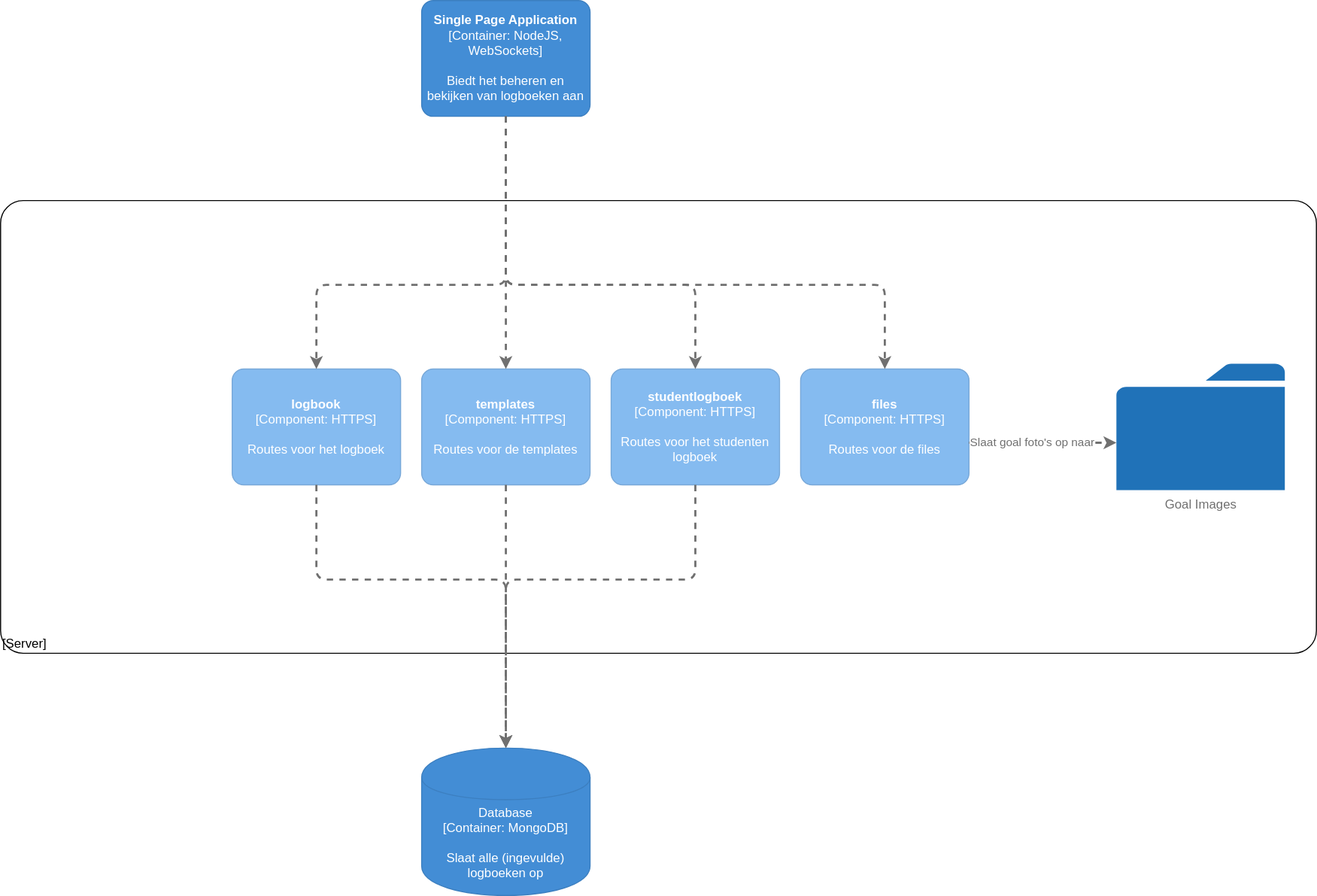
The draw.io diagram docs/software-guidebook/c4-model/components-server.svg in Rowan-Paul/HANAIM-DWA-Rekenlogboek, before a commit. Source tidied: cells renumbered, new cells last; positions are measured from the earlier drawing's top-left corner, leaving out a move shared by most shapes.
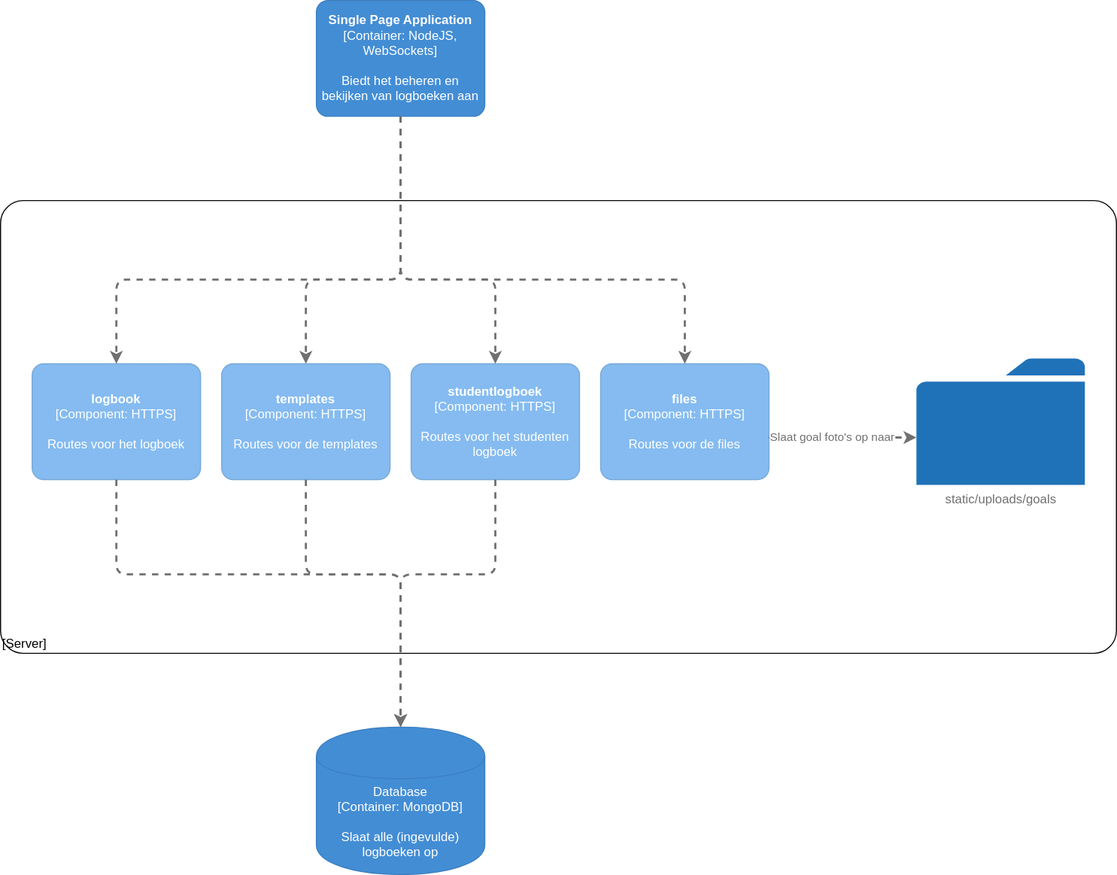
Above is the later version.

The edit, as a diff of the source:
```diff
@@ -4,12 +4,12 @@
     <mxCell id="1" parent="0" />
     <object id="2" label="&lt;div style=&quot;text-align: left&quot;&gt;%c4Name%&lt;/div&gt;&lt;div style=&quot;text-align: left&quot;&gt;[%c4Application%]&lt;/div&gt;" c4Application="Server" c4Name="" c4Type="ExecutionEnvironment" placeholders="1">
       <mxCell style="rounded=1;whiteSpace=wrap;html=1;labelBackgroundColor=none;fillColor=#ffffff;fontColor=#000000;align=left;arcSize=5;strokeColor=#000000;verticalAlign=bottom;metaData={&quot;c4Type&quot;:{&quot;editable&quot;:false}};" parent="1" vertex="1">
-        <mxGeometry y="190" width="1250" height="430" as="geometry" />
+        <mxGeometry x="190" y="195" width="1060" height="430" as="geometry" />
       </mxCell>
     </object>
     <object id="3" label="&lt;b&gt;%c4Name%&lt;/b&gt;&lt;div&gt;[%c4Type%: %c4Technology%]&lt;/div&gt;&lt;br&gt;&lt;div&gt;%c4Description%&lt;/div&gt;" c4Description="Biedt het beheren en bekijken van logboeken aan" c4Name="Single Page Application" c4Technology="NodeJS, WebSockets" c4Type="Container" placeholders="1">
       <mxCell style="rounded=1;whiteSpace=wrap;html=1;labelBackgroundColor=none;fillColor=#438DD5;fontColor=#ffffff;align=center;arcSize=10;strokeColor=#3C7FC0;metaData={&quot;c4Type&quot;:{&quot;editable&quot;:true}};points=[[0.25,0,0],[0.5,0,0],[0.75,0,0],[1,0.25,0],[1,0.5,0],[1,0.75,0],[0.75,1,0],[0.5,1,0],[0.25,1,0],[0,0.75,0],[0,0.5,0],[0,0.25,0]];" parent="1" vertex="1">
-        <mxGeometry x="400" width="160" height="110" as="geometry" />
+        <mxGeometry x="490" y="5" width="160" height="110" as="geometry" />
       </mxCell>
     </object>
     <object id="4" label="&lt;b&gt;%c4Name%&lt;/b&gt;&lt;div&gt;[%c4Type%: %c4Technology%]&lt;/div&gt;&lt;br&gt;&lt;div&gt;%c4Description%&lt;/div&gt;" c4Description="Routes voor het logboek" c4Name="logbook" c4Technology="HTTPS" c4Type="Component" placeholders="1">
@@ -29,22 +29,22 @@
     </object>
     <object id="7" label="%c4Type%&lt;div&gt;[Container:&amp;nbsp;%c4Technology%]&lt;/div&gt;&lt;br&gt;&lt;div&gt;%c4Description%&lt;/div&gt;" c4Description="Slaat alle (ingevulde) logboeken op" c4Technology="MongoDB" c4Type="Database" placeholders="1">
       <mxCell style="shape=cylinder;whiteSpace=wrap;html=1;boundedLbl=1;rounded=0;labelBackgroundColor=none;fillColor=#438DD5;fontSize=12;fontColor=#ffffff;align=center;strokeColor=#3C7FC0;points=[[0.5,0,0],[1,0.25,0],[1,0.5,0],[1,0.75,0],[0.5,1,0],[0,0.75,0],[0,0.5,0],[0,0.25,0]];metaData={&quot;c4Type&quot;:{&quot;editable&quot;:false}};" parent="1" vertex="1">
-        <mxGeometry x="400" y="710" width="160" height="140" as="geometry" />
+        <mxGeometry x="490" y="695" width="160" height="140" as="geometry" />
       </mxCell>
     </object>
     <mxCell id="8" style="endArrow=classic;html=1;dashed=1;strokeColor=#707070;strokeWidth=2;fontColor=#FFFFFF;exitX=0.5;exitY=1;exitDx=0;exitDy=0;exitPerimeter=0;entryX=0.5;entryY=0;entryDx=0;entryDy=0;entryPerimeter=0;" parent="1" edge="1" source="4" target="7">
       <mxGeometry relative="1" as="geometry">
         <Array as="points">
           <mxPoint x="300" y="550" />
-          <mxPoint x="480" y="550" />
+          <mxPoint x="570" y="550" />
         </Array>
       </mxGeometry>
     </mxCell>
-    <mxCell id="9" style="endArrow=classic;html=1;dashed=1;strokeColor=#707070;strokeWidth=2;fontColor=#FFFFFF;exitX=0.5;exitY=1;exitDx=0;exitDy=0;exitPerimeter=0;" parent="1" edge="1" source="6">
+    <mxCell id="9" style="endArrow=classic;html=1;dashed=1;strokeColor=#707070;strokeWidth=2;fontColor=#FFFFFF;exitX=0.5;exitY=1;exitDx=0;exitDy=0;exitPerimeter=0;entryX=0.5;entryY=0;entryDx=0;entryDy=0;entryPerimeter=0;" parent="1" edge="1" source="6" target="7">
       <mxGeometry relative="1" as="geometry">
-        <mxPoint x="480" y="710" as="targetPoint" />
         <Array as="points">
           <mxPoint x="480" y="550" />
+          <mxPoint x="570" y="550" />
         </Array>
       </mxGeometry>
     </mxCell>
@@ -52,14 +52,14 @@
       <mxGeometry relative="1" as="geometry">
         <Array as="points">
           <mxPoint x="660" y="550" />
-          <mxPoint x="480" y="550" />
+          <mxPoint x="570" y="550" />
         </Array>
       </mxGeometry>
     </mxCell>
     <mxCell id="11" style="endArrow=classic;html=1;dashed=1;strokeColor=#707070;strokeWidth=2;fontColor=#FFFFFF;exitX=0.5;exitY=1;exitDx=0;exitDy=0;exitPerimeter=0;entryX=0.5;entryY=0;entryDx=0;entryDy=0;entryPerimeter=0;" parent="1" edge="1" source="3" target="4">
       <mxGeometry relative="1" as="geometry">
         <Array as="points">
-          <mxPoint x="480" y="270" />
+          <mxPoint x="570" y="270" />
           <mxPoint x="300" y="270" />
         </Array>
       </mxGeometry>
@@ -67,14 +67,16 @@
     <mxCell id="12" style="endArrow=classic;html=1;dashed=1;strokeColor=#707070;strokeWidth=2;fontColor=#FFFFFF;exitX=0.5;exitY=1;exitDx=0;exitDy=0;exitPerimeter=0;entryX=0.5;entryY=0;entryDx=0;entryDy=0;entryPerimeter=0;" parent="1" edge="1" source="3" target="6">
       <mxGeometry relative="1" as="geometry">
         <Array as="points">
+          <mxPoint x="570" y="270" />
           <mxPoint x="480" y="270" />
         </Array>
       </mxGeometry>
     </mxCell>
-    <mxCell id="13" style="endArrow=classic;html=1;dashed=1;strokeColor=#707070;strokeWidth=2;fontColor=#FFFFFF;exitX=0.5;exitY=1;exitDx=0;exitDy=0;exitPerimeter=0;entryX=0.5;entryY=0;entryDx=0;entryDy=0;entryPerimeter=0;" parent="1" edge="1" source="3" target="5">
+    <mxCell id="13" style="endArrow=classic;html=1;dashed=1;strokeColor=#707070;strokeWidth=2;fontColor=#FFFFFF;entryX=0.5;entryY=0;entryDx=0;entryDy=0;entryPerimeter=0;" parent="1" edge="1" target="5">
       <mxGeometry relative="1" as="geometry">
+        <mxPoint x="570" y="115" as="sourcePoint" />
         <Array as="points">
-          <mxPoint x="480" y="270" />
+          <mxPoint x="570" y="270" />
           <mxPoint x="660" y="270" />
         </Array>
       </mxGeometry>
@@ -84,16 +86,15 @@
         <mxGeometry x="760" y="350" width="160" height="110" as="geometry" />
       </mxCell>
     </object>
-    <mxCell id="15" style="endArrow=classic;html=1;dashed=1;strokeColor=#707070;strokeWidth=2;fontColor=#FFFFFF;exitX=0.5;exitY=1;exitDx=0;exitDy=0;exitPerimeter=0;entryX=0.5;entryY=0;entryDx=0;entryDy=0;entryPerimeter=0;" parent="1" edge="1" target="14">
+    <mxCell id="15" style="endArrow=classic;html=1;dashed=1;strokeColor=#707070;strokeWidth=2;fontColor=#FFFFFF;exitX=0.5;exitY=1;exitDx=0;exitDy=0;exitPerimeter=0;entryX=0.5;entryY=0;entryDx=0;entryDy=0;entryPerimeter=0;" parent="1" edge="1" source="3" target="14">
       <mxGeometry relative="1" as="geometry">
-        <mxPoint x="480" y="110" as="sourcePoint" />
         <Array as="points">
-          <mxPoint x="480" y="270" />
+          <mxPoint x="570" y="270" />
           <mxPoint x="840" y="270" />
         </Array>
       </mxGeometry>
     </mxCell>
-    <mxCell id="16" value="Goal Images" style="shadow=0;dashed=0;html=1;strokeColor=none;labelPosition=center;verticalLabelPosition=bottom;verticalAlign=top;align=center;shape=mxgraph.office.concepts.folder;fillColor=#2072B8;fontColor=#707070;" parent="1" vertex="1">
+    <mxCell id="16" value="static/uploads/goals" style="shadow=0;dashed=0;html=1;strokeColor=none;labelPosition=center;verticalLabelPosition=bottom;verticalAlign=top;align=center;shape=mxgraph.office.concepts.folder;fillColor=#2072B8;fontColor=#707070;" parent="1" vertex="1">
       <mxGeometry x="1060" y="345" width="160" height="120" as="geometry" />
     </mxCell>
     <mxCell id="17" style="endArrow=classic;html=1;dashed=1;strokeColor=#707070;strokeWidth=2;fontColor=#FFFFFF;exitX=1;exitY=0.5;exitDx=0;exitDy=0;exitPerimeter=0;" parent="1" edge="1">
```
